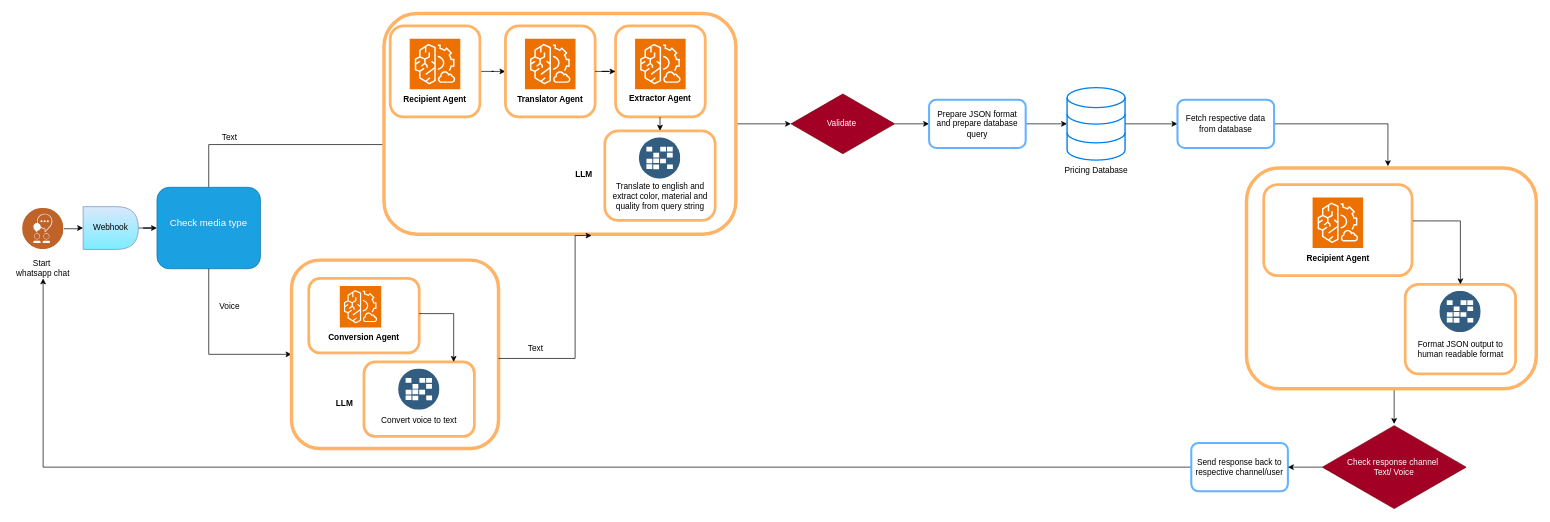
The draw.io diagram Diagrams/AI-Receptionist-n8n-diagram.drawio in in-vishal-chauhan/AI-ML, before the edit. Source tidied: cells renumbered, new cells numbered last; positions are measured from the earlier drawing's top-left corner, leaving out a move shared by most shapes. Both pictures are drawn from the tidied source at 69%, with x=0, y=0 at pixel (12, 13).
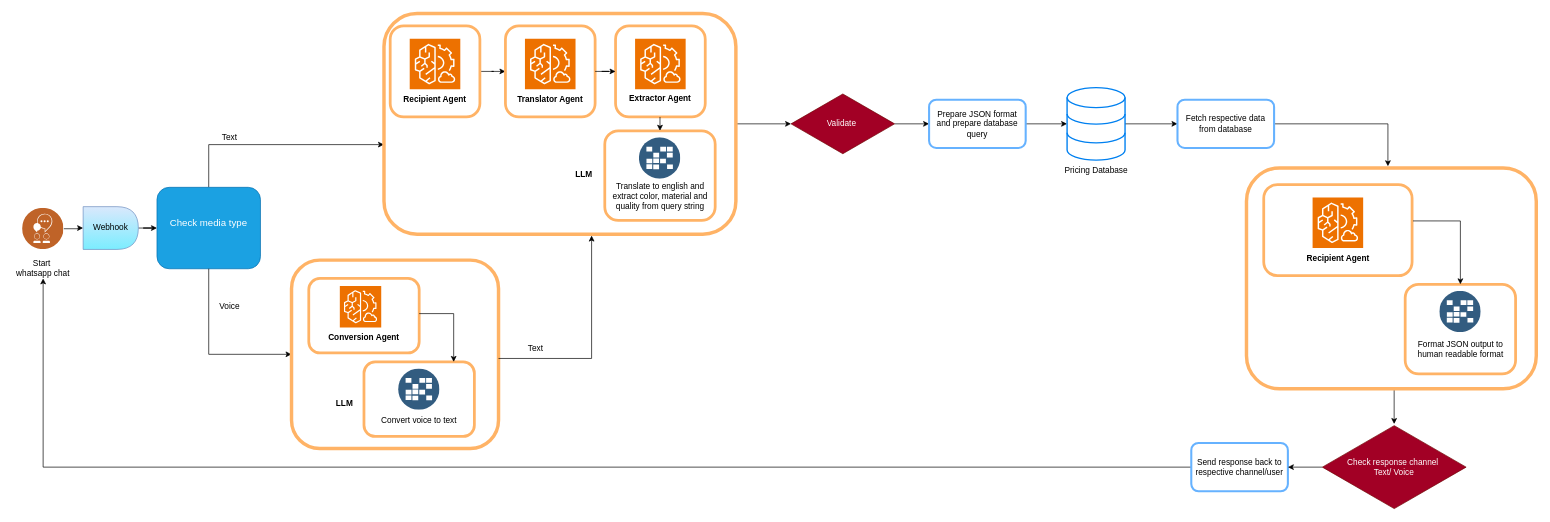
After the change.

Unchanged cells that the change refers to:
```xml
<mxCell id="8" value="&lt;font style=&quot;font-size: 14px;&quot;&gt;Check media type&lt;br&gt;&lt;/font&gt;&lt;div&gt;&lt;br&gt;&lt;/div&gt;" style="rounded=1;whiteSpace=wrap;html=1;fillColor=#1ba1e2;fontColor=#ffffff;strokeColor=#006EAF;" parent="1" vertex="1">
  <mxGeometry x="210" y="252" width="150" height="118" as="geometry" />
</mxCell>
<mxCell id="13" style="rounded=1;whiteSpace=wrap;html=1;strokeColor=#FFB366;strokeWidth=5;" parent="12" vertex="1">
  <mxGeometry y="60.5" width="300" height="273" as="geometry" />
</mxCell>
<mxCell id="26" style="rounded=1;whiteSpace=wrap;html=1;strokeColor=#FFB366;strokeWidth=5;" parent="1" vertex="1">
  <mxGeometry x="539" width="510" height="320" as="geometry" />
</mxCell>
```

Change to the diagram source:
```diff
@@
-    <mxCell id="7" style="edgeStyle=orthogonalEdgeStyle;rounded=0;jettySize=auto;html=1;" parent="1" edge="1" source="8">
+    <mxCell id="7" style="edgeStyle=orthogonalEdgeStyle;rounded=0;jettySize=auto;html=1;entryX=0;entryY=0.594;entryDx=0;entryDy=0;entryPerimeter=0;" parent="1" edge="1" source="8" target="26">
       <mxGeometry relative="1" as="geometry">
-        <mxPoint x="815" y="180" as="targetPoint" />
         <Array as="points">
           <mxPoint x="285" y="190" />
         </Array>
       </mxGeometry>
     </mxCell>
@@
     <mxCell id="39" style="edgeStyle=orthogonalEdgeStyle;rounded=0;jettySize=auto;html=1;entryX=0.59;entryY=1.006;entryDx=0;entryDy=0;entryPerimeter=0;" parent="1" edge="1" source="13" target="26">
       <mxGeometry relative="1" as="geometry">
         <Array as="points">
-          <mxPoint x="816" y="500" />
+          <mxPoint x="840" y="500" />
         </Array>
       </mxGeometry>
     </mxCell>
```
